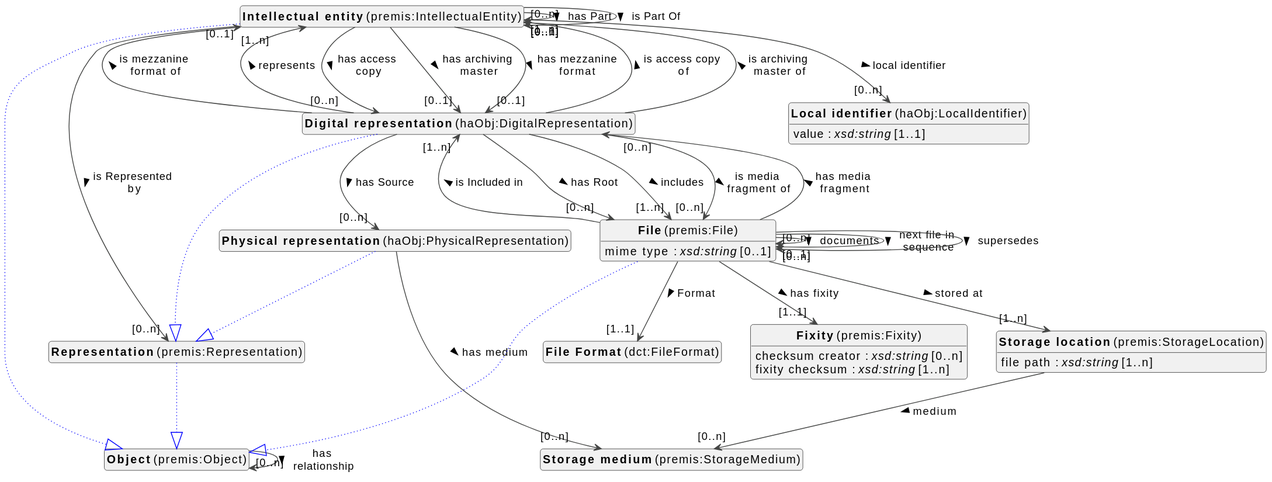
This is docs/metadata/modellen/0.0.1/object-diagram.svg from viaacode/documentation-jekyll, a PlantUML export, as it was before one commit. The source it was exported from:
```plantuml
@startuml
!theme vibrant
skinparam classFontSize 14
!define LIGHTORANGE
skinparam componentStyle uml2
skinparam wrapMessageWidth 100
skinparam shadowing false
skinparam ArrowMessageAlignment left


class "<b>Object</b> (premis:Object)" as premis_Object [[#premis%3AObject]]
class "<b>Intellectual entity</b> (premis:IntellectualEntity)" as premis_IntellectualEntity [[#premis%3AIntellectualEntity]]
class "<b>Object</b> (premis:Object)" as premis_Object [[#premis%3AObject]]
class "<b>Physical representation</b> (haObj:PhysicalRepresentation)" as haObj_PhysicalRepresentation [[#haObj%3APhysicalRepresentation]]
class "<b>Representation</b> (premis:Representation)" as premis_Representation [[#premis%3ARepresentation]]
class "<b>Digital representation</b> (haObj:DigitalRepresentation)" as haObj_DigitalRepresentation [[#haObj%3ADigitalRepresentation]]
class "<b>Representation</b> (premis:Representation)" as premis_Representation [[#premis%3ARepresentation]]
class "<b>File</b> (premis:File)" as premis_File [[#premis%3AFile]]
class "<b>Object</b> (premis:Object)" as premis_Object [[#premis%3AObject]]
class "<b>Fixity</b> (premis:Fixity)" as premis_Fixity [[#premis%3AFixity]]
class "<b>Storage location</b> (premis:StorageLocation)" as premis_StorageLocation [[#premis%3AStorageLocation]]
class "<b>Local identifier</b> (haObj:LocalIdentifier)" as haObj_LocalIdentifier [[#haObj%3ALocalIdentifier]]
class "<b>Storage medium</b> (premis:StorageMedium)" as premis_StorageMedium [[#premis%3AStorageMedium]]
class "<b>Representation</b> (premis:Representation)" as premis_Representation [[#premis%3ARepresentation]]
class "<b>Object</b> (premis:Object)" as premis_Object [[#premis%3AObject]]
class "<b>File Format</b> (dct:FileFormat)" as dct_FileFormat [[#dct%3AFileFormat]]



premis_Object --> "[0..n]" premis_Object : has relationship >

premis_IntellectualEntity --|> premis_Object #blue;line.dotted;text:blue


premis_IntellectualEntity --> "[0..n]" premis_IntellectualEntity : has Part >

premis_IntellectualEntity --> "[0..n]" haObj_DigitalRepresentation : has access copy >

premis_IntellectualEntity --> "[0..1]" haObj_DigitalRepresentation : has archiving master >

premis_IntellectualEntity --> "[0..1]" haObj_DigitalRepresentation : has mezzanine format >

premis_IntellectualEntity --> "[0..n]" premis_IntellectualEntity : is Part Of >

premis_IntellectualEntity --> "[0..n]" premis_Representation : is Represented by >

premis_IntellectualEntity --> "[0..n]" haObj_LocalIdentifier : local identifier >

haObj_PhysicalRepresentation --|> premis_Representation #blue;line.dotted;text:blue


haObj_PhysicalRepresentation --> "[0..n]" premis_StorageMedium : has medium >

haObj_DigitalRepresentation --|> premis_Representation #blue;line.dotted;text:blue


haObj_DigitalRepresentation --> "[0..n]" premis_File : has Root >

haObj_DigitalRepresentation --> "[0..n]" haObj_PhysicalRepresentation : has Source >

haObj_DigitalRepresentation --> "[1..n]" premis_File : includes >

haObj_DigitalRepresentation --> "[0..1]" premis_IntellectualEntity : is access copy of >

haObj_DigitalRepresentation --> "[1..n]" premis_IntellectualEntity : is archiving master of >

haObj_DigitalRepresentation --> "[0..n]" premis_File : is media fragment of >

haObj_DigitalRepresentation --> "[0..1]" premis_IntellectualEntity : is mezzanine format of >

haObj_DigitalRepresentation --> "[1..n]" premis_IntellectualEntity : represents >

premis_File --|> premis_Object #blue;line.dotted;text:blue


premis_File --> "[1..1]" dct_FileFormat : Format >

premis_File --> "[0..n]" premis_File : documents >

premis_File --> "[1..1]" premis_Fixity : has fixity >

premis_File --> "[0..n]" haObj_DigitalRepresentation : has media fragment >

premis_File --> "[1..n]" haObj_DigitalRepresentation : is Included in >
premis_File : mime type : <i>xsd:string</i> [0..1]


premis_File --> "[0..1]" premis_File : next file in sequence >

premis_File --> "[1..n]" premis_StorageLocation : stored at >

premis_File --> "[0..n]" premis_File : supersedes >


premis_Fixity : checksum creator : <i>xsd:string</i> [0..n]

premis_Fixity : fixity checksum : <i>xsd:string</i> [1..n]



premis_StorageLocation : file path : <i>xsd:string</i> [1..n]


premis_StorageLocation --> "[0..n]" premis_StorageMedium : medium >


haObj_LocalIdentifier : value : <i>xsd:string</i> [1..1]




premis_Representation --|> premis_Object #blue;line.dotted;text:blue





hide circle
hide methods
hide empty members
@enduml
```
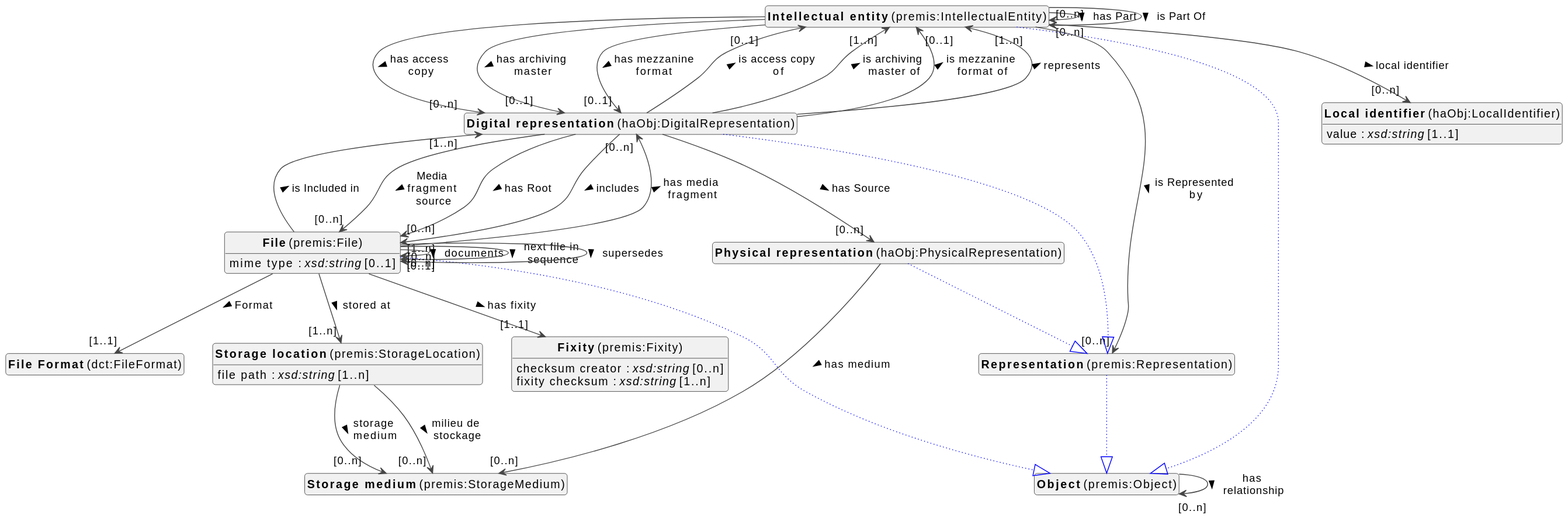
Above is the later version.

The edit, as a diff of the source:
```diff
@@ -20,9 +20,9 @@
 class "<b>Fixity</b> (premis:Fixity)" as premis_Fixity [[#premis%3AFixity]]
 class "<b>Storage location</b> (premis:StorageLocation)" as premis_StorageLocation [[#premis%3AStorageLocation]]
 class "<b>Local identifier</b> (haObj:LocalIdentifier)" as haObj_LocalIdentifier [[#haObj%3ALocalIdentifier]]
-class "<b>Storage medium</b> (premis:StorageMedium)" as premis_StorageMedium [[#premis%3AStorageMedium]]
 class "<b>Representation</b> (premis:Representation)" as premis_Representation [[#premis%3ARepresentation]]
 class "<b>Object</b> (premis:Object)" as premis_Object [[#premis%3AObject]]
+class "<b>Storage medium</b> (premis:StorageMedium)" as premis_StorageMedium [[#premis%3AStorageMedium]]
 class "<b>File Format</b> (dct:FileFormat)" as dct_FileFormat [[#dct%3AFileFormat]]
 
 
@@ -54,6 +54,8 @@
 haObj_DigitalRepresentation --|> premis_Representation #blue;line.dotted;text:blue
 
 
+haObj_DigitalRepresentation --> "[0..n]" premis_File : Media fragment source >
+
 haObj_DigitalRepresentation --> "[0..n]" premis_File : has Root >
 
 haObj_DigitalRepresentation --> "[0..n]" haObj_PhysicalRepresentation : has Source >
@@ -63,8 +65,6 @@
 haObj_DigitalRepresentation --> "[0..1]" premis_IntellectualEntity : is access copy of >
 
 haObj_DigitalRepresentation --> "[1..n]" premis_IntellectualEntity : is archiving master of >
-
-haObj_DigitalRepresentation --> "[0..n]" premis_File : is media fragment of >
 
 haObj_DigitalRepresentation --> "[0..1]" premis_IntellectualEntity : is mezzanine format of >
 
@@ -101,15 +101,17 @@
 premis_StorageLocation : file path : <i>xsd:string</i> [1..n]
 
 
-premis_StorageLocation --> "[0..n]" premis_StorageMedium : medium >
+premis_StorageLocation --> "[0..n]" premis_StorageMedium : milieu de stockage >
+
+premis_StorageLocation --> "[0..n]" premis_StorageMedium : storage medium >
 
 
 haObj_LocalIdentifier : value : <i>xsd:string</i> [1..1]
 
 
+premis_Representation --|> premis_Object #blue;line.dotted;text:blue
 
 
-premis_Representation --|> premis_Object #blue;line.dotted;text:blue
 
 
 
```
